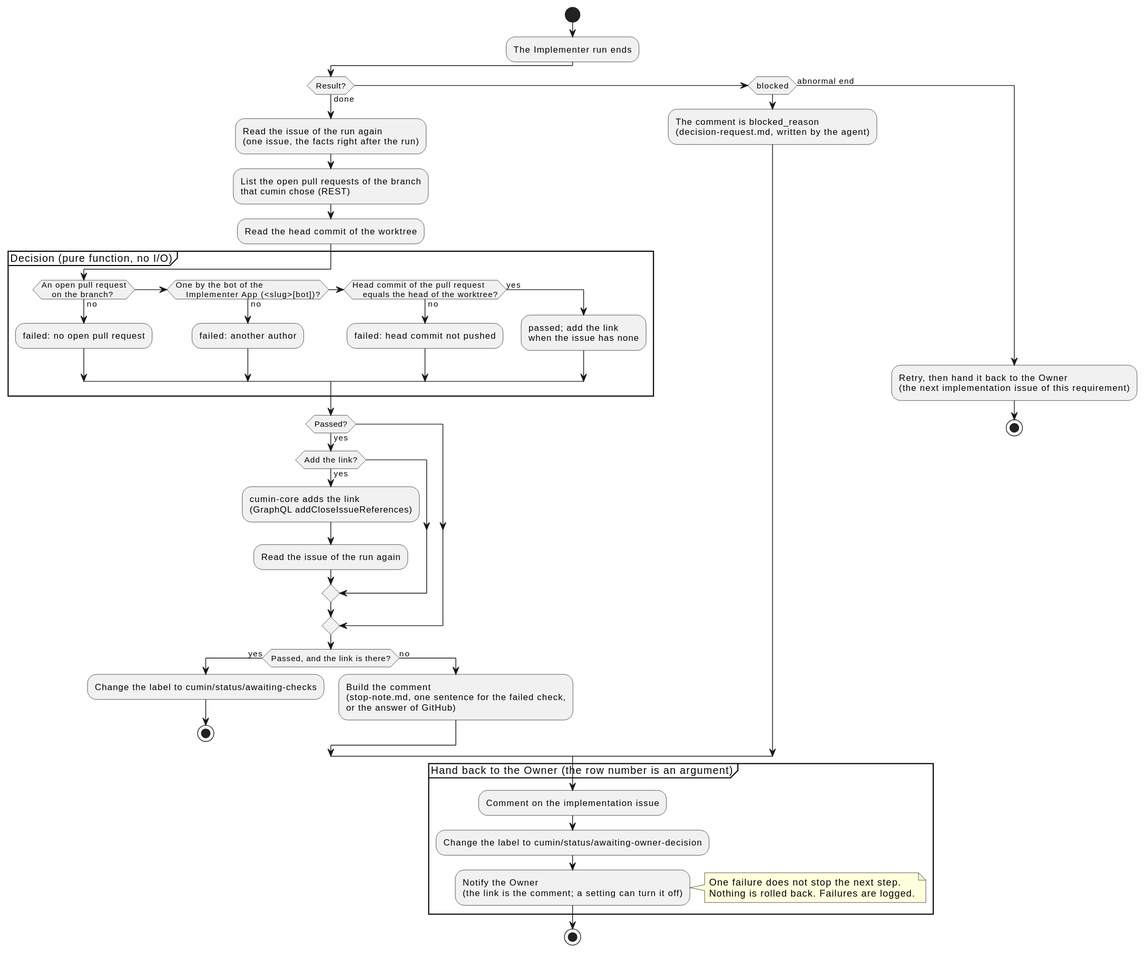
This is docs/ja/designs/poll-verify.svg from cloveclovedev/cumin-works, a PlantUML export, as it was before one commit.
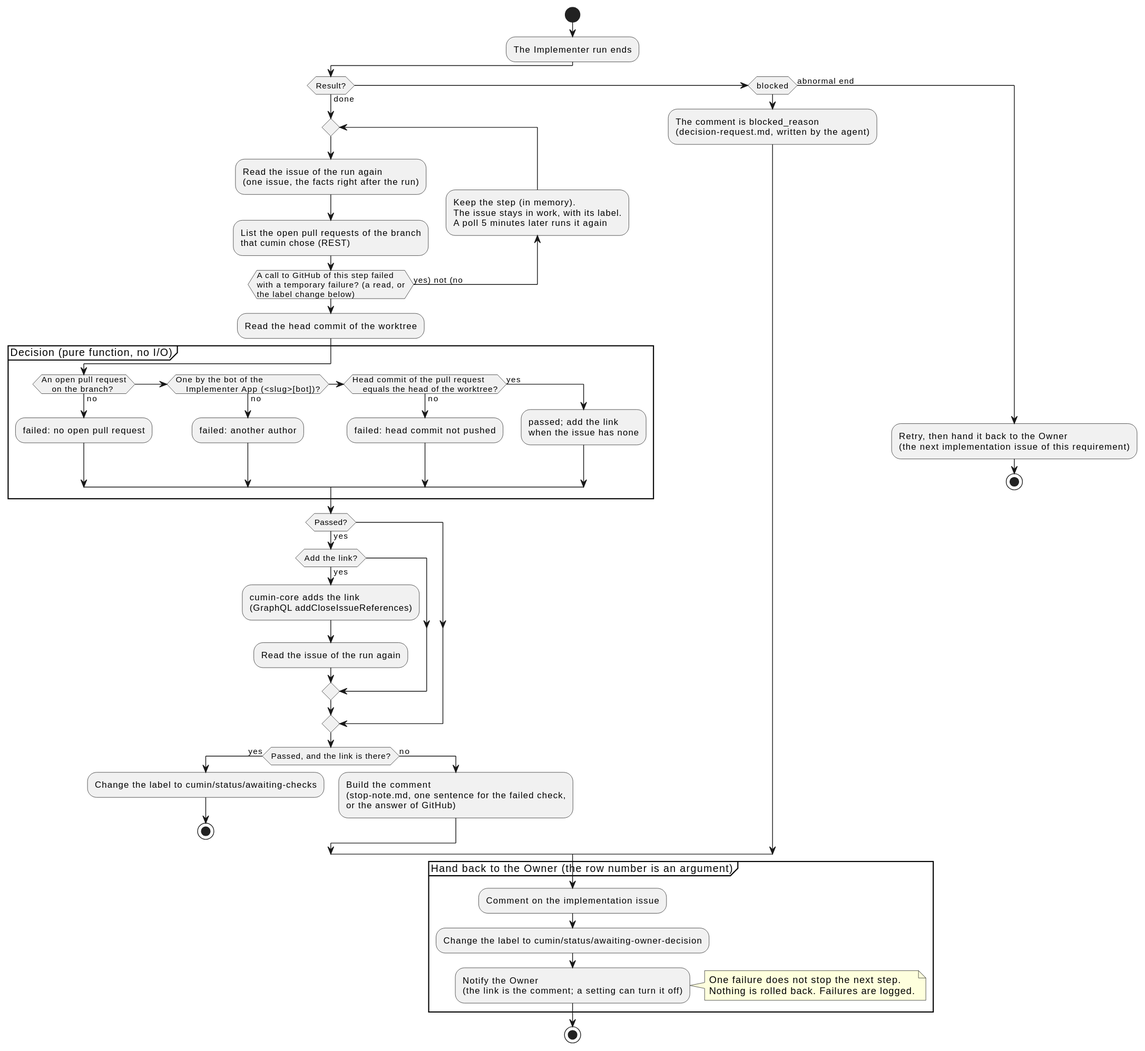
Later version of the same file.

Commit message:
feat(workflow): keep verify done and run it again after a temporary failure (#470)

Change to the diagram source:
```diff
@@ -5,10 +5,17 @@
 start
 :The Implementer run ends;
 if (Result?) then (done)
-  :Read the issue of the run again
-  (one issue, the facts right after the run);
-  :List the open pull requests of the branch
-  that cumin chose (REST);
+  repeat
+    :Read the issue of the run again
+    (one issue, the facts right after the run);
+    :List the open pull requests of the branch
+    that cumin chose (REST);
+    backward :Keep the step (in memory).
+    The issue stays in work, with its label.
+    A poll 5 minutes later runs it again;
+  repeat while (A call to GitHub of this step failed
+  with a temporary failure? (a read, or
+  the label change below)) is (yes) not (no)
   :Read the head commit of the worktree;
   partition "Decision (pure function, no I/O)" {
     if (An open pull request
```
